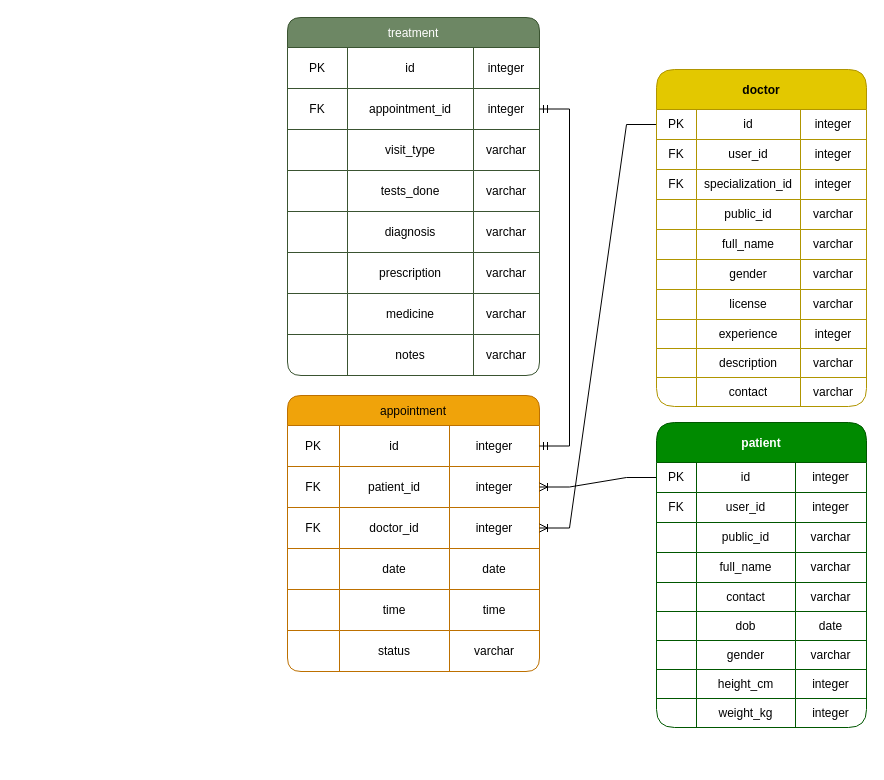
Above: page "Patient_schema" (2 of 3) of docs/ER-diagram_HMS.drawio in Developer-PritamSaha/hospital-management-app (draw.io), before the change. Source tidied: cells renumbered, new cells numbered last; positions are measured from the earlier drawing's top-left corner, leaving out a move shared by most shapes. Both pictures are drawn from the tidied source at 100%, with x=0, y=0 at pixel (287, 17).
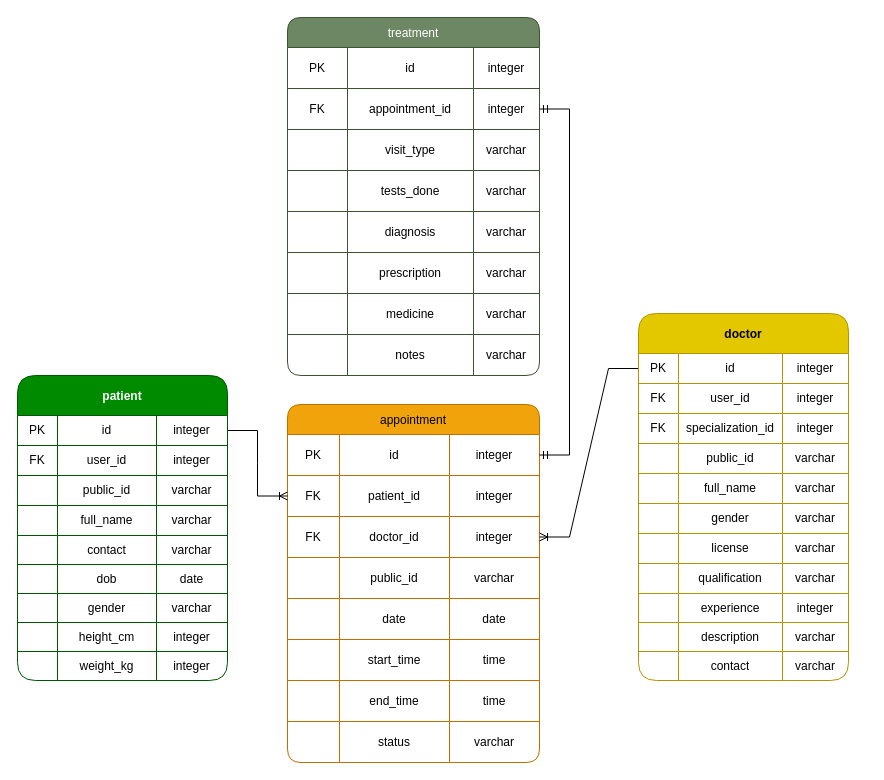
The same page after the edit.

The change refers to these unchanged cells:
```xml
<mxCell id="7" style="shape=tableRow;horizontal=0;startSize=0;swimlaneHead=0;swimlaneBody=0;strokeColor=inherit;top=0;left=0;bottom=0;right=0;fillColor=none;points=[[0,0.5],[1,0.5]];portConstraint=eastwest;rounded=1;" parent="2" vertex="1">
  <mxGeometry y="71" width="252" height="41" as="geometry" />
</mxCell>
<mxCell id="15" style="shape=tableRow;horizontal=0;startSize=0;swimlaneHead=0;swimlaneBody=0;strokeColor=inherit;top=0;left=0;bottom=0;right=0;fillColor=none;rounded=1;" parent="2" vertex="1">
  <mxGeometry y="153" width="252" height="41" as="geometry" />
</mxCell>
<mxCell id="105" style="shape=tableRow;horizontal=0;startSize=0;swimlaneHead=0;swimlaneBody=0;top=0;left=0;bottom=0;right=0;fillColor=none;points=[[0,0.5],[1,0.5]];portConstraint=eastwest;rounded=1;" parent="104" vertex="1">
  <mxGeometry y="40" width="210" height="30" as="geometry" />
</mxCell>
```

What changed in the source:
```diff
@@
     <mxCell id="2" value="appointment" style="shape=table;startSize=30;childLayout=tableLayout;fillColor=#f0a30a;strokeColor=#BD7000;fontColor=#000000;rounded=1;" parent="1" vertex="1">
-      <mxGeometry y="378" width="252" height="276" as="geometry" />
+      <mxGeometry y="387" width="252" height="358" as="geometry" />
     </mxCell>
@@
-    <mxCell id="17" value="date" style="shape=partialRectangle;html=1;whiteSpace=wrap;strokeColor=inherit;overflow=hidden;fillColor=none;top=0;left=0;bottom=0;right=0;rounded=1;" parent="15" vertex="1">
+    <mxCell id="17" value="public_id" style="shape=partialRectangle;html=1;whiteSpace=wrap;strokeColor=inherit;overflow=hidden;fillColor=none;top=0;left=0;bottom=0;right=0;rounded=1;" parent="15" vertex="1">
       <mxGeometry x="52" width="110" height="41" as="geometry" />
     </mxCell>
-    <mxCell id="18" value="date" style="shape=partialRectangle;html=1;whiteSpace=wrap;strokeColor=inherit;overflow=hidden;fillColor=none;top=0;left=0;bottom=0;right=0;rounded=1;" parent="15" vertex="1">
+    <mxCell id="18" value="varchar" style="shape=partialRectangle;html=1;whiteSpace=wrap;strokeColor=inherit;overflow=hidden;fillColor=none;top=0;left=0;bottom=0;right=0;rounded=1;" parent="15" vertex="1">
       <mxGeometry x="162" width="90" height="41" as="geometry" />
     </mxCell>
+    <mxCell id="141" style="shape=tableRow;horizontal=0;startSize=0;swimlaneHead=0;swimlaneBody=0;strokeColor=inherit;top=0;left=0;bottom=0;right=0;fillColor=none;rounded=1;" parent="2" vertex="1">
+      <mxGeometry y="194" width="252" height="41" as="geometry" />
+    </mxCell>
+    <mxCell id="142" style="shape=partialRectangle;html=1;whiteSpace=wrap;strokeColor=inherit;overflow=hidden;fillColor=none;top=0;left=0;bottom=0;right=0;rounded=1;" parent="141" vertex="1">
+      <mxGeometry width="52" height="41" as="geometry" />
+    </mxCell>
+    <mxCell id="143" value="date" style="shape=partialRectangle;html=1;whiteSpace=wrap;strokeColor=inherit;overflow=hidden;fillColor=none;top=0;left=0;bottom=0;right=0;rounded=1;" parent="141" vertex="1">
+      <mxGeometry x="52" width="110" height="41" as="geometry" />
+    </mxCell>
+    <mxCell id="144" value="date" style="shape=partialRectangle;html=1;whiteSpace=wrap;strokeColor=inherit;overflow=hidden;fillColor=none;top=0;left=0;bottom=0;right=0;rounded=1;" parent="141" vertex="1">
+      <mxGeometry x="162" width="90" height="41" as="geometry" />
+    </mxCell>
+    <mxCell id="145" style="shape=tableRow;horizontal=0;startSize=0;swimlaneHead=0;swimlaneBody=0;strokeColor=inherit;top=0;left=0;bottom=0;right=0;fillColor=none;rounded=1;" parent="2" vertex="1">
+      <mxGeometry y="235" width="252" height="41" as="geometry" />
+    </mxCell>
+    <mxCell id="146" style="shape=partialRectangle;html=1;whiteSpace=wrap;strokeColor=inherit;overflow=hidden;fillColor=none;top=0;left=0;bottom=0;right=0;rounded=1;" parent="145" vertex="1">
+      <mxGeometry width="52" height="41" as="geometry" />
+    </mxCell>
+    <mxCell id="147" value="start_time" style="shape=partialRectangle;html=1;whiteSpace=wrap;strokeColor=inherit;overflow=hidden;fillColor=none;top=0;left=0;bottom=0;right=0;rounded=1;" parent="145" vertex="1">
+      <mxGeometry x="52" width="110" height="41" as="geometry" />
+    </mxCell>
+    <mxCell id="148" value="time" style="shape=partialRectangle;html=1;whiteSpace=wrap;strokeColor=inherit;overflow=hidden;fillColor=none;top=0;left=0;bottom=0;right=0;rounded=1;" parent="145" vertex="1">
+      <mxGeometry x="162" width="90" height="41" as="geometry" />
+    </mxCell>
     <mxCell id="19" style="shape=tableRow;horizontal=0;startSize=0;swimlaneHead=0;swimlaneBody=0;strokeColor=inherit;top=0;left=0;bottom=0;right=0;fillColor=none;rounded=1;" parent="2" vertex="1">
-      <mxGeometry y="194" width="252" height="41" as="geometry" />
+      <mxGeometry y="276" width="252" height="41" as="geometry" />
     </mxCell>
@@
-    <mxCell id="21" value="time" style="shape=partialRectangle;html=1;whiteSpace=wrap;strokeColor=inherit;overflow=hidden;fillColor=none;top=0;left=0;bottom=0;right=0;rounded=1;" parent="19" vertex="1">
+    <mxCell id="21" value="end_time" style="shape=partialRectangle;html=1;whiteSpace=wrap;strokeColor=inherit;overflow=hidden;fillColor=none;top=0;left=0;bottom=0;right=0;rounded=1;" parent="19" vertex="1">
       <mxGeometry x="52" width="110" height="41" as="geometry" />
     </mxCell>
@@
     <mxCell id="23" style="shape=tableRow;horizontal=0;startSize=0;swimlaneHead=0;swimlaneBody=0;strokeColor=inherit;top=0;left=0;bottom=0;right=0;fillColor=none;rounded=1;" parent="2" vertex="1">
-      <mxGeometry y="235" width="252" height="41" as="geometry" />
+      <mxGeometry y="317" width="252" height="41" as="geometry" />
     </mxCell>
@@
-    <mxCell id="60" style="edgeStyle=entityRelationEdgeStyle;fontSize=12;html=1;endArrow=ERoneToMany;rounded=0;entryX=1;entryY=0.5;entryDx=0;entryDy=0;exitX=0;exitY=0.5;exitDx=0;exitDy=0;" parent="1" edge="1" source="105" target="7">
+    <mxCell id="60" style="edgeStyle=entityRelationEdgeStyle;fontSize=12;html=1;endArrow=ERoneToMany;rounded=0;entryX=0;entryY=0.5;entryDx=0;entryDy=0;" parent="1" edge="1" source="105" target="7">
       <mxGeometry relative="1" as="geometry" />
     </mxCell>
@@
     <mxCell id="63" value="doctor" style="shape=table;startSize=40;childLayout=tableLayout;fontStyle=1;align=center;fillColor=#e3c800;strokeColor=#B09500;fontColor=#000000;rounded=1;" parent="1" vertex="1">
-      <mxGeometry x="369" y="52" width="210" height="337" as="geometry" />
+      <mxGeometry x="351" y="296" width="210" height="367" as="geometry" />
     </mxCell>
@@
+    <mxCell id="149" style="shape=tableRow;horizontal=0;startSize=0;swimlaneHead=0;swimlaneBody=0;top=0;left=0;bottom=0;right=0;fillColor=none;rounded=1;" parent="63" vertex="1">
+      <mxGeometry y="250" width="210" height="30" as="geometry" />
+    </mxCell>
+    <mxCell id="150" style="shape=partialRectangle;html=1;whiteSpace=wrap;fillColor=none;top=0;left=0;bottom=0;right=0;overflow=hidden;rounded=1;" parent="149" vertex="1">
+      <mxGeometry width="40" height="30" as="geometry" />
+    </mxCell>
+    <mxCell id="151" value="qualification" style="shape=partialRectangle;html=1;whiteSpace=wrap;fillColor=none;top=0;left=0;bottom=0;right=0;overflow=hidden;rounded=1;" parent="149" vertex="1">
+      <mxGeometry x="40" width="104" height="30" as="geometry" />
+    </mxCell>
+    <mxCell id="152" value="varchar" style="shape=partialRectangle;html=1;whiteSpace=wrap;fillColor=none;top=0;left=0;bottom=0;right=0;overflow=hidden;rounded=1;" parent="149" vertex="1">
+      <mxGeometry x="144" width="66" height="30" as="geometry" />
+    </mxCell>
     <mxCell id="92" style="shape=tableRow;horizontal=0;startSize=0;swimlaneHead=0;swimlaneBody=0;top=0;left=0;bottom=0;right=0;fillColor=none;rounded=1;" parent="63" vertex="1">
-      <mxGeometry y="250" width="210" height="29" as="geometry" />
+      <mxGeometry y="280" width="210" height="29" as="geometry" />
     </mxCell>
@@
     <mxCell id="96" style="shape=tableRow;horizontal=0;startSize=0;swimlaneHead=0;swimlaneBody=0;top=0;left=0;bottom=0;right=0;fillColor=none;rounded=1;" parent="63" vertex="1">
-      <mxGeometry y="279" width="210" height="29" as="geometry" />
+      <mxGeometry y="309" width="210" height="29" as="geometry" />
     </mxCell>
@@
     <mxCell id="100" style="shape=tableRow;horizontal=0;startSize=0;swimlaneHead=0;swimlaneBody=0;top=0;left=0;bottom=0;right=0;fillColor=none;rounded=1;" parent="63" vertex="1">
-      <mxGeometry y="308" width="210" height="29" as="geometry" />
+      <mxGeometry y="338" width="210" height="29" as="geometry" />
     </mxCell>
@@
     <mxCell id="104" value="patient" style="shape=table;startSize=40;childLayout=tableLayout;fontStyle=1;align=center;fillColor=#008a00;strokeColor=#005700;fontColor=#ffffff;rounded=1;" parent="1" vertex="1">
-      <mxGeometry x="369" y="405" width="210" height="305" as="geometry" />
+      <mxGeometry x="-270" y="358" width="210" height="305" as="geometry" />
     </mxCell>
```
